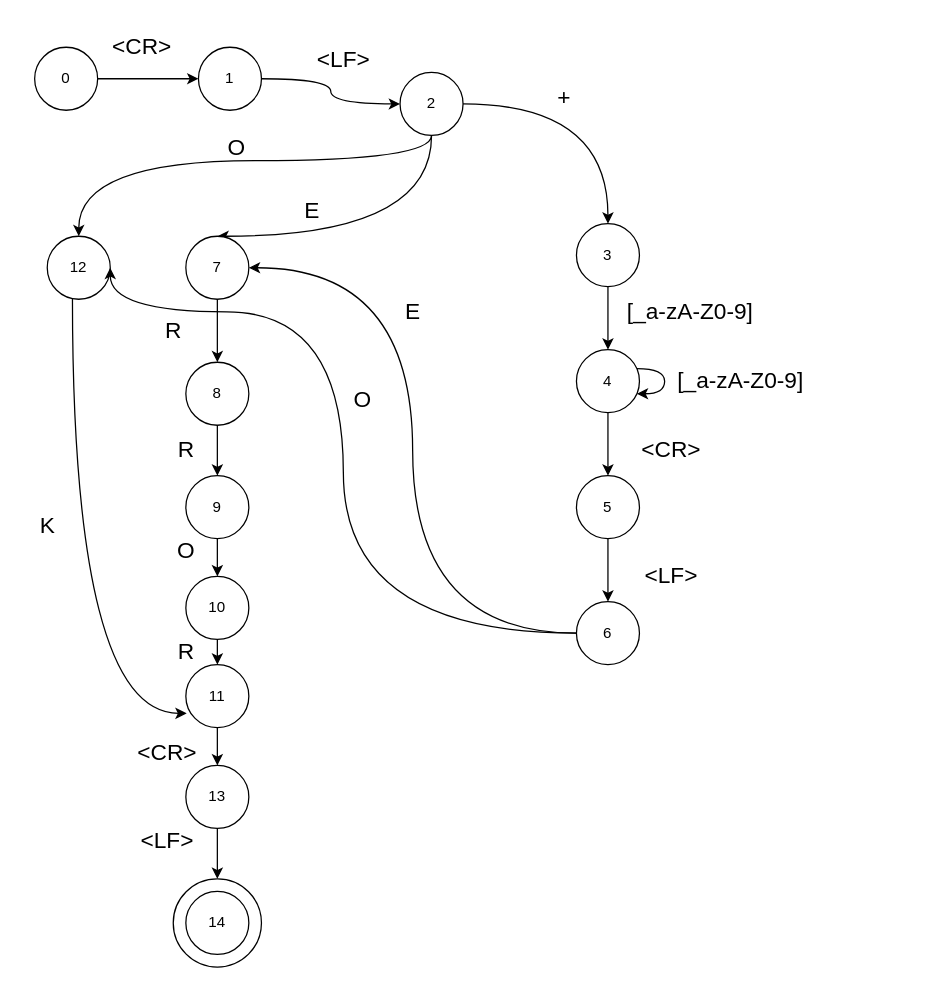
IonToncu/TD keeps this draw.io diagram as SchemaTD.drawio. Above is the earlier version. Source tidied: cells renumbered, new cells numbered last; positions are measured from the earlier drawing's top-left corner, leaving out a move shared by most shapes. Both pictures are drawn from the tidied source at 126%, with x=0, y=0 at pixel (21, 21).
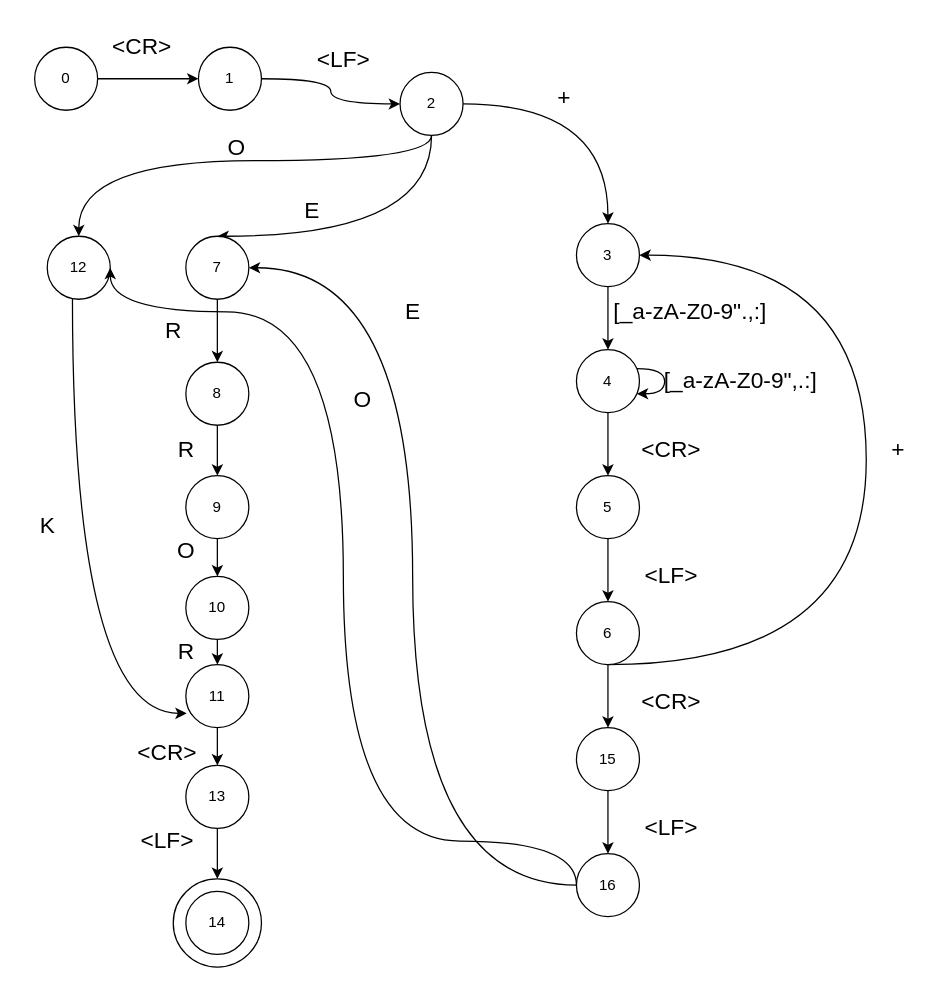
After the change.

The change refers to these unchanged cells:
```xml
<mxCell id="10" value="12" style="ellipse;whiteSpace=wrap;html=1;" parent="1" vertex="1">
  <mxGeometry x="20" y="170" width="50" height="50" as="geometry" />
</mxCell>
<mxCell id="11" value="7" style="ellipse;whiteSpace=wrap;html=1;" parent="1" vertex="1">
  <mxGeometry x="130" y="170" width="50" height="50" as="geometry" />
</mxCell>
<mxCell id="12" value="3" style="ellipse;whiteSpace=wrap;html=1;" parent="1" vertex="1">
  <mxGeometry x="440" y="160" width="50" height="50" as="geometry" />
</mxCell>
<mxCell id="18" value="6" style="ellipse;whiteSpace=wrap;html=1;" parent="1" vertex="1">
  <mxGeometry x="440" y="460" width="50" height="50" as="geometry" />
</mxCell>
```

The edit, as a diff of the source:
```diff
@@
-    <mxCell id="16" style="edgeStyle=orthogonalEdgeStyle;curved=1;rounded=0;jettySize=auto;html=1;fontSize=18;entryX=1;entryY=0.5;entryDx=0;entryDy=0;exitX=0;exitY=0.5;exitDx=0;exitDy=0;" parent="1" edge="1" source="18" target="11">
+    <mxCell id="16" style="edgeStyle=orthogonalEdgeStyle;curved=1;rounded=0;jettySize=auto;html=1;fontSize=18;entryX=1;entryY=0.5;entryDx=0;entryDy=0;" parent="1" edge="1" source="57" target="11">
       <mxGeometry relative="1" as="geometry" />
     </mxCell>
-    <mxCell id="17" style="edgeStyle=orthogonalEdgeStyle;curved=1;rounded=0;jettySize=auto;html=1;fontSize=18;entryX=1;entryY=0.5;entryDx=0;entryDy=0;" parent="1" edge="1" source="18" target="10">
+    <mxCell id="17" style="edgeStyle=orthogonalEdgeStyle;curved=1;rounded=0;jettySize=auto;html=1;fontSize=18;entryX=1;entryY=0.5;entryDx=0;entryDy=0;exitX=0;exitY=0.5;exitDx=0;exitDy=0;" parent="1" edge="1" source="57" target="10">
       <mxGeometry relative="1" as="geometry">
         <Array as="points">
-          <mxPoint x="255" y="485" />
+          <mxPoint x="440" y="650" />
+          <mxPoint x="255" y="650" />
           <mxPoint x="255" y="230" />
           <mxPoint x="70" y="230" />
         </Array>
       </mxGeometry>
     </mxCell>
+    <mxCell id="54" style="edgeStyle=orthogonalEdgeStyle;curved=1;rounded=0;jettySize=auto;html=1;entryX=1;entryY=0.5;entryDx=0;entryDy=0;" parent="1" edge="1" source="18" target="12">
+      <mxGeometry relative="1" as="geometry">
+        <Array as="points">
+          <mxPoint x="670" y="510" />
+          <mxPoint x="670" y="185" />
+        </Array>
+      </mxGeometry>
+    </mxCell>
@@
-    <mxCell id="27" value="[_a-zA-Z0-9]" style="text;html=1;align=center;verticalAlign=middle;strokeColor=none;fillColor=none;fontSize=18;" parent="1" vertex="1">
-      <mxGeometry x="470" y="210" width="120" height="40" as="geometry" />
+    <mxCell id="27" value="[_a-zA-Z0-9&quot;.,:]" style="text;html=1;align=center;verticalAlign=middle;strokeColor=none;fillColor=none;fontSize=18;" parent="1" vertex="1">
+      <mxGeometry x="460" y="210" width="140" height="40" as="geometry" />
     </mxCell>
-    <mxCell id="28" value="[_a-zA-Z0-9]" style="text;html=1;align=center;verticalAlign=middle;strokeColor=none;fillColor=none;fontSize=18;" parent="1" vertex="1">
-      <mxGeometry x="510" y="265" width="120" height="40" as="geometry" />
+    <mxCell id="28" value="[_a-zA-Z0-9&quot;,.:]" style="text;html=1;align=center;verticalAlign=middle;strokeColor=none;fillColor=none;fontSize=18;" parent="1" vertex="1">
+      <mxGeometry x="500" y="265" width="140" height="40" as="geometry" />
     </mxCell>
@@
+    <mxCell id="55" value="&lt;font style=&quot;font-size: 18px;&quot;&gt;+&lt;/font&gt;" style="text;html=1;align=center;verticalAlign=middle;strokeColor=none;fillColor=none;" parent="1" vertex="1">
+      <mxGeometry x="680" y="320" width="30" height="40" as="geometry" />
+    </mxCell>
+    <mxCell id="56" value="15" style="ellipse;whiteSpace=wrap;html=1;" parent="1" vertex="1">
+      <mxGeometry x="440" y="560" width="50" height="50" as="geometry" />
+    </mxCell>
+    <mxCell id="57" value="16" style="ellipse;whiteSpace=wrap;html=1;" parent="1" vertex="1">
+      <mxGeometry x="440" y="660" width="50" height="50" as="geometry" />
+    </mxCell>
+    <mxCell id="58" style="endArrow=classic;html=1;rounded=0;exitX=0.5;exitY=1;exitDx=0;exitDy=0;entryX=0.5;entryY=0;entryDx=0;entryDy=0;" parent="1" edge="1" source="56" target="57">
+      <mxGeometry relative="1" as="geometry" />
+    </mxCell>
+    <mxCell id="59" style="endArrow=classic;html=1;rounded=0;exitX=0.5;exitY=1;exitDx=0;exitDy=0;" parent="1" edge="1" target="56">
+      <mxGeometry relative="1" as="geometry">
+        <mxPoint x="465" y="510" as="sourcePoint" />
+      </mxGeometry>
+    </mxCell>
+    <mxCell id="60" value="&amp;lt;CR&amp;gt;" style="text;html=1;align=center;verticalAlign=middle;strokeColor=none;fillColor=none;fontSize=18;" parent="1" vertex="1">
+      <mxGeometry x="480" y="520" width="70" height="40" as="geometry" />
+    </mxCell>
+    <mxCell id="61" value="&amp;lt;LF&amp;gt;" style="text;html=1;align=center;verticalAlign=middle;strokeColor=none;fillColor=none;fontSize=18;" parent="1" vertex="1">
+      <mxGeometry x="480" y="620" width="70" height="40" as="geometry" />
+    </mxCell>
```
